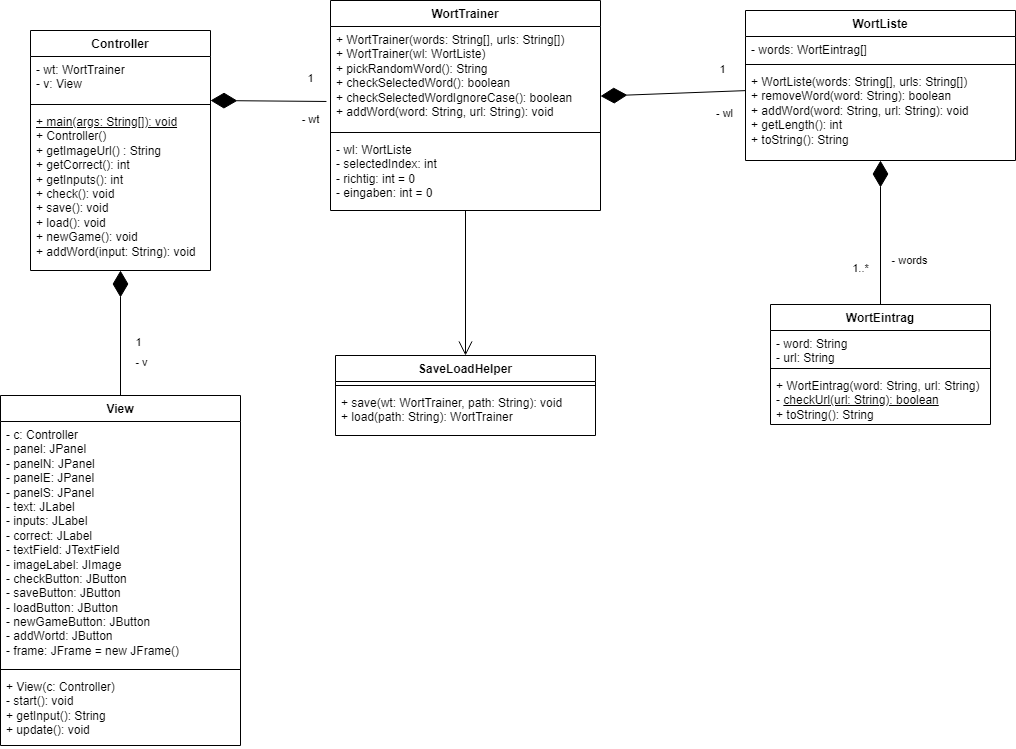
This is doc/worttrainer.drawio.png from TGM-HIT/sew9-2425-worttrainer-czlabinger, a draw.io export, as it was before one commit. Source tidied: cells renumbered, new cells last; positions are measured from the earlier drawing's top-left corner, leaving out a move shared by most shapes.
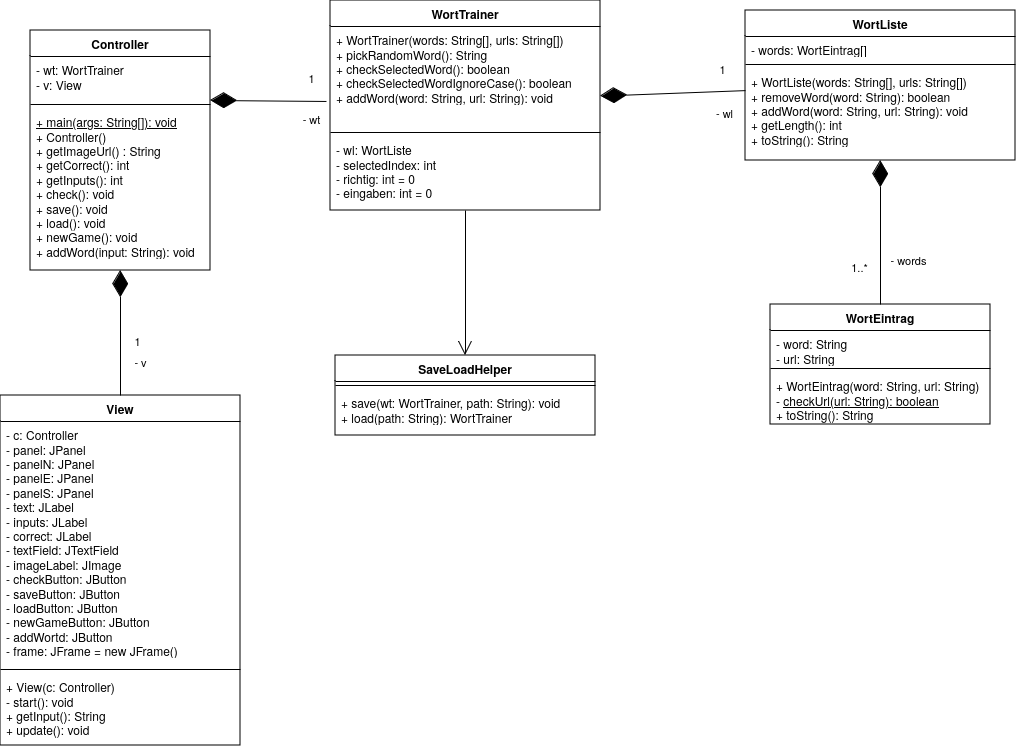
The same file after the commit.

Commit message:
Fixed error with uml

Diff of the diagram source:
```diff
@@ -5,9 +5,9 @@
     <mxCell id="2" value="&lt;div&gt;WortTrainer&lt;/div&gt;" style="swimlane;fontStyle=1;align=center;verticalAlign=top;horizontal=1;startSize=26;whiteSpace=wrap;html=1;" parent="1" vertex="1">
       <mxGeometry x="330" width="270" height="210" as="geometry" />
     </mxCell>
-    <mxCell id="3" value="&lt;div&gt;+ WortTrainer(words: String[], urls: String[])&lt;/div&gt;&lt;div&gt;+ WortTrainer(wl: WortListe)&lt;/div&gt;&lt;div&gt;+ pickRandomWord(): String&lt;/div&gt;&lt;div&gt;+ checkSelectedWord(): boolean&lt;/div&gt;&lt;div&gt;+ checkSelectedWordIgnoreCase(): boolean&lt;/div&gt;&lt;div&gt;+ addWord(word: String, url: String): void&lt;/div&gt;" style="text;strokeColor=none;fillColor=none;align=left;verticalAlign=top;spacingLeft=4;spacingRight=4;overflow=hidden;points=[[0,0.5],[1,0.5]];portConstraint=eastwest;whiteSpace=wrap;html=1;" parent="2" vertex="1">
-      <mxGeometry y="26" width="270" height="102" as="geometry" />
-    </mxCell>
+    <mxCell id="38" value="&lt;div&gt;+ WortTrainer(words: String[], urls: String[])&lt;/div&gt;&lt;div&gt;+ pickRandomWord(): String&lt;/div&gt;&lt;div&gt;+ checkSelectedWord(): boolean&lt;/div&gt;&lt;div&gt;+ checkSelectedWordIgnoreCase(): boolean&lt;/div&gt;&lt;div&gt;+ addWord(word: String, url: String): void&lt;/div&gt;" style="text;strokeColor=none;fillColor=none;align=left;verticalAlign=top;spacingLeft=4;spacingRight=4;overflow=hidden;points=[[0,0.5],[1,0.5]];portConstraint=eastwest;whiteSpace=wrap;html=1;" parent="2" vertex="1">
+      <mxGeometry y="26" width="270" height="102" as="geometry" />
+    </mxCell>
     <mxCell id="4" style="line;strokeWidth=1;fillColor=none;align=left;verticalAlign=middle;spacingTop=-1;spacingLeft=3;spacingRight=3;labelPosition=right;strokeColor=inherit;" parent="2" vertex="1">
       <mxGeometry y="128" width="270" height="8" as="geometry" />
     </mxCell>
@@ -51,21 +51,21 @@
         <mxPoint x="-21" y="6" as="offset" />
       </mxGeometry>
     </mxCell>
-    <mxCell id="17" style="endArrow=diamondThin;endFill=1;endSize=24;html=1;rounded=0;" parent="1" edge="1" source="6">
-      <mxGeometry relative="1" as="geometry">
-        <mxPoint x="600" y="95.6" as="targetPoint" />
-      </mxGeometry>
-    </mxCell>
+    <mxCell id="39" style="endArrow=diamondThin;endFill=1;endSize=24;html=1;rounded=0;" parent="1" edge="1" source="6">
+      <mxGeometry relative="1" as="geometry">
+        <mxPoint x="600" y="95.6" as="targetPoint" />
+      </mxGeometry>
+    </mxCell>
-    <mxCell id="18" value="&lt;div&gt;- wl&lt;/div&gt;" style="edgeLabel;html=1;align=center;verticalAlign=middle;" parent="17" vertex="1">
+    <mxCell id="18" value="&lt;div&gt;- wl&lt;/div&gt;" style="edgeLabel;html=1;align=center;verticalAlign=middle;" parent="39" vertex="1">
       <mxGeometry x="0.48" y="-2" relative="1" as="geometry">
         <mxPoint x="86" y="20" as="offset" />
       </mxGeometry>
     </mxCell>
-    <mxCell id="19" value="1" style="edgeLabel;html=1;align=center;verticalAlign=middle;" parent="17" vertex="1">
-      <mxGeometry x="-0.47" y="-2" relative="1" as="geometry">
-        <mxPoint x="15" y="-21" as="offset" />
-      </mxGeometry>
-    </mxCell>
+    <mxCell id="40" value="1" style="edgeLabel;html=1;align=center;verticalAlign=middle;" parent="39" vertex="1">
+      <mxGeometry x="-0.47" y="-2" relative="1" as="geometry">
+        <mxPoint x="15" y="-21" as="offset" />
+      </mxGeometry>
+    </mxCell>
     <mxCell id="20" value="&lt;div&gt;Controller&lt;/div&gt;" style="swimlane;fontStyle=1;align=center;verticalAlign=top;horizontal=1;startSize=26;whiteSpace=wrap;html=1;" parent="1" vertex="1">
       <mxGeometry x="30" y="30" width="180" height="240" as="geometry" />
     </mxCell>
@@ -78,21 +78,21 @@
     <mxCell id="23" value="&lt;div&gt;&lt;u&gt;+ main(args: String[]): void&lt;/u&gt;&lt;/div&gt;+ Controller()&lt;div&gt;+ getImageUrl() : String&lt;/div&gt;&lt;div&gt;+ getCorrect(): int&lt;/div&gt;&lt;div&gt;+ getInputs(): int&lt;/div&gt;&lt;div&gt;+ check(): void&lt;/div&gt;&lt;div&gt;+ save(): void&lt;/div&gt;&lt;div&gt;+ load(): void&lt;/div&gt;&lt;div&gt;+ newGame(): void&lt;/div&gt;&lt;div&gt;+ addWord(input: String): void&lt;/div&gt;" style="text;strokeColor=none;fillColor=none;align=left;verticalAlign=top;spacingLeft=4;spacingRight=4;overflow=hidden;points=[[0,0.5],[1,0.5]];portConstraint=eastwest;whiteSpace=wrap;html=1;" parent="20" vertex="1">
       <mxGeometry y="78" width="180" height="162" as="geometry" />
     </mxCell>
-    <mxCell id="24" style="endArrow=diamondThin;endFill=1;endSize=24;html=1;rounded=0;exitX=-0.015;exitY=0.735;exitDx=0;exitDy=0;exitPerimeter=0;" parent="1" edge="1" source="3">
-      <mxGeometry relative="1" as="geometry">
-        <mxPoint x="210" y="100" as="targetPoint" />
-      </mxGeometry>
-    </mxCell>
+    <mxCell id="41" style="endArrow=diamondThin;endFill=1;endSize=24;html=1;rounded=0;exitX=-0.015;exitY=0.735;exitDx=0;exitDy=0;exitPerimeter=0;" parent="1" edge="1" source="38">
+      <mxGeometry relative="1" as="geometry">
+        <mxPoint x="210" y="100" as="targetPoint" />
+      </mxGeometry>
+    </mxCell>
-    <mxCell id="25" value="&lt;div&gt;- wt&lt;/div&gt;" style="edgeLabel;html=1;align=center;verticalAlign=middle;" parent="24" vertex="1">
+    <mxCell id="25" value="&lt;div&gt;- wt&lt;/div&gt;" style="edgeLabel;html=1;align=center;verticalAlign=middle;" parent="41" vertex="1">
       <mxGeometry x="0.48" y="-2" relative="1" as="geometry">
         <mxPoint x="70" y="20" as="offset" />
       </mxGeometry>
     </mxCell>
-    <mxCell id="26" value="1" style="edgeLabel;html=1;align=center;verticalAlign=middle;" parent="24" vertex="1">
-      <mxGeometry x="-0.47" y="-2" relative="1" as="geometry">
-        <mxPoint x="15" y="-21" as="offset" />
-      </mxGeometry>
-    </mxCell>
+    <mxCell id="42" value="1" style="edgeLabel;html=1;align=center;verticalAlign=middle;" parent="41" vertex="1">
+      <mxGeometry x="-0.47" y="-2" relative="1" as="geometry">
+        <mxPoint x="15" y="-21" as="offset" />
+      </mxGeometry>
+    </mxCell>
     <mxCell id="27" value="View" style="swimlane;fontStyle=1;align=center;verticalAlign=top;horizontal=1;startSize=26;whiteSpace=wrap;html=1;" parent="1" vertex="1">
       <mxGeometry y="395" width="240" height="350" as="geometry" />
     </mxCell>
@@ -113,11 +113,11 @@
         <mxPoint x="18" y="59" as="offset" />
       </mxGeometry>
     </mxCell>
-    <mxCell id="33" value="1" style="edgeLabel;html=1;align=center;verticalAlign=middle;" parent="31" vertex="1">
-      <mxGeometry x="-0.47" y="-2" relative="1" as="geometry">
-        <mxPoint x="15" y="-21" as="offset" />
-      </mxGeometry>
-    </mxCell>
+    <mxCell id="43" value="1" style="edgeLabel;html=1;align=center;verticalAlign=middle;" parent="31" vertex="1">
+      <mxGeometry x="-0.47" y="-2" relative="1" as="geometry">
+        <mxPoint x="15" y="-21" as="offset" />
+      </mxGeometry>
+    </mxCell>
     <mxCell id="34" value="SaveLoadHelper" style="swimlane;fontStyle=1;align=center;verticalAlign=top;horizontal=1;startSize=26;whiteSpace=wrap;html=1;" parent="1" vertex="1">
       <mxGeometry x="335" y="355" width="260" height="80" as="geometry" />
     </mxCell>
```
